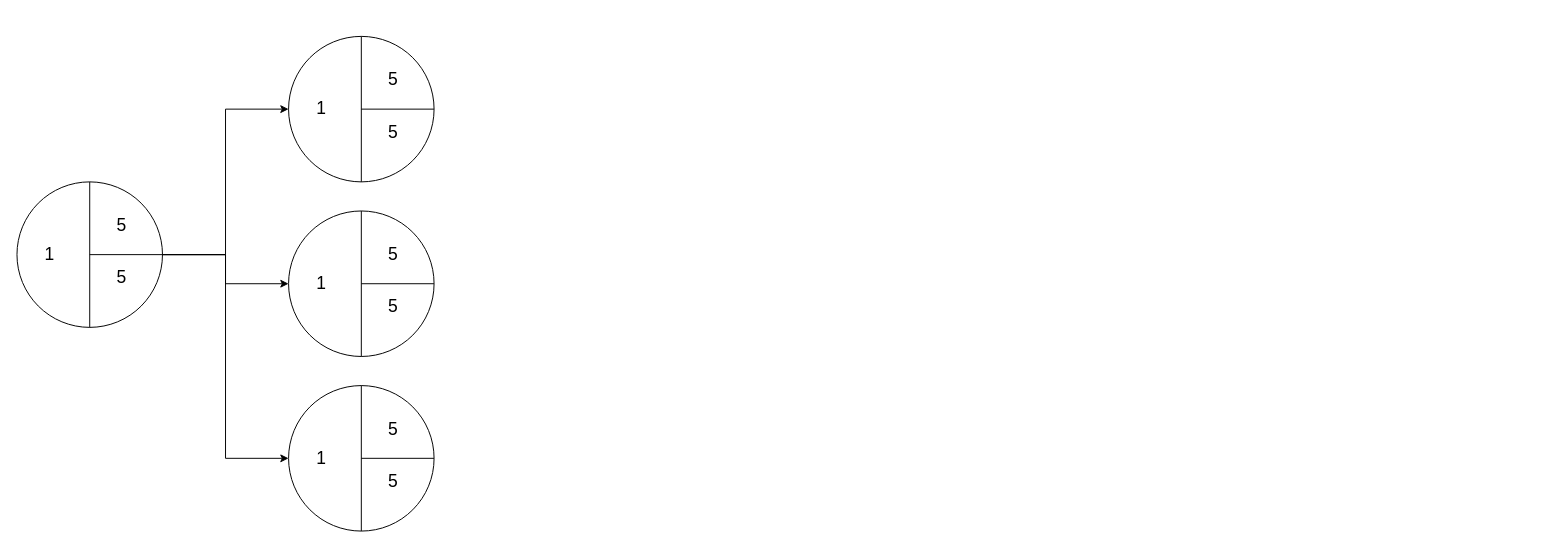
RayhanHamada/bikin-dfd keeps this draw.io diagram as page "Page-2" (2 of 2) of pert_diagram.drawio. Above is the earlier version. Source tidied: cells renumbered, new cells numbered last; positions are measured from the earlier drawing's top-left corner, leaving out a move shared by most shapes. Both pictures are drawn from the tidied source at 97%, with x=0, y=0 at pixel (16, 36).
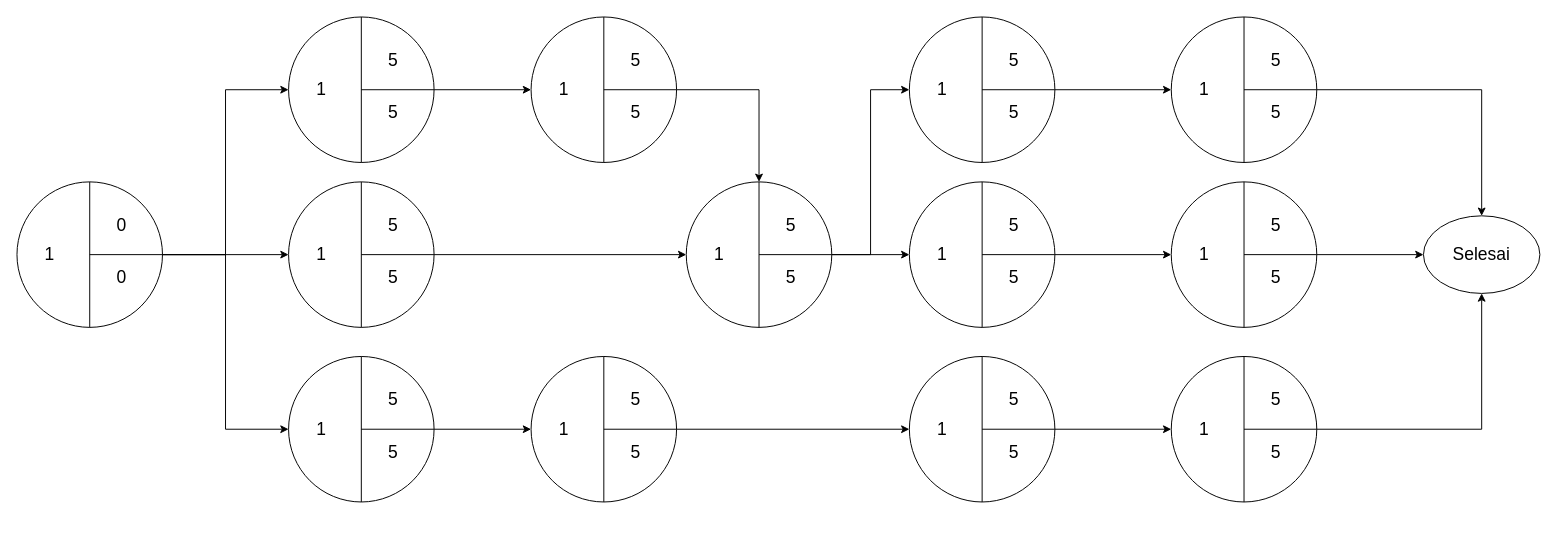
The same diagram, later.

The change refers to these unchanged cells:
```xml
<mxCell id="2" style="group;" parent="1" vertex="1">
  <mxGeometry y="150" width="150" height="150" as="geometry" />
</mxCell>
<mxCell id="10" style="ellipse;whiteSpace=wrap;html=1;" parent="9" vertex="1">
  <mxGeometry width="150" height="150" as="geometry" />
</mxCell>
<mxCell id="18" style="ellipse;whiteSpace=wrap;html=1;" parent="17" vertex="1">
  <mxGeometry width="150" height="150" as="geometry" />
</mxCell>
<mxCell id="26" style="ellipse;whiteSpace=wrap;html=1;" parent="25" vertex="1">
  <mxGeometry width="150" height="150" as="geometry" />
</mxCell>
```

What changed in the source:
```diff
@@
-    <mxCell id="6" value="&lt;font style=&quot;font-size: 18px&quot;&gt;5&lt;/font&gt;" style="text;html=1;strokeColor=none;fillColor=none;align=center;verticalAlign=middle;whiteSpace=wrap;rounded=0;" parent="2" vertex="1">
+    <mxCell id="6" value="&lt;font style=&quot;font-size: 18px&quot;&gt;0&lt;/font&gt;" style="text;html=1;strokeColor=none;fillColor=none;align=center;verticalAlign=middle;whiteSpace=wrap;rounded=0;" parent="2" vertex="1">
       <mxGeometry x="93.8" y="93.8" width="28.1" height="9.4" as="geometry" />
     </mxCell>
-    <mxCell id="7" value="&lt;font style=&quot;font-size: 18px&quot;&gt;5&lt;/font&gt;" style="text;html=1;strokeColor=none;fillColor=none;align=center;verticalAlign=middle;whiteSpace=wrap;rounded=0;" parent="2" vertex="1">
+    <mxCell id="7" value="&lt;font style=&quot;font-size: 18px&quot;&gt;0&lt;/font&gt;" style="text;html=1;strokeColor=none;fillColor=none;align=center;verticalAlign=middle;whiteSpace=wrap;rounded=0;" parent="2" vertex="1">
       <mxGeometry x="93.8" y="40" width="28.1" height="9.4" as="geometry" />
     </mxCell>
@@
     <mxCell id="9" style="group;" parent="1" vertex="1">
-      <mxGeometry x="280" width="150" height="150" as="geometry" />
+      <mxGeometry x="280" y="-20" width="150" height="150" as="geometry" />
     </mxCell>
@@
     <mxCell id="17" style="group;" parent="1" vertex="1">
-      <mxGeometry x="280" y="180" width="150" height="150" as="geometry" />
+      <mxGeometry x="280" y="150" width="150" height="150" as="geometry" />
     </mxCell>
@@
     <mxCell id="25" style="group;" parent="1" vertex="1">
-      <mxGeometry x="280" y="360" width="150" height="150" as="geometry" />
+      <mxGeometry x="280" y="330" width="150" height="150" as="geometry" />
     </mxCell>
@@
+    <mxCell id="33" style="group;" parent="1" vertex="1">
+      <mxGeometry x="530" y="-20" width="150" height="150" as="geometry" />
+    </mxCell>
+    <mxCell id="34" style="ellipse;whiteSpace=wrap;html=1;" parent="33" vertex="1">
+      <mxGeometry width="150" height="150" as="geometry" />
+    </mxCell>
+    <mxCell id="35" style="endArrow=none;html=1;exitX=0.5;exitY=1;exitDx=0;exitDy=0;entryX=0.5;entryY=0;entryDx=0;entryDy=0;" parent="33" edge="1" source="34" target="34">
+      <mxGeometry relative="1" as="geometry" />
+    </mxCell>
+    <mxCell id="36" style="endArrow=none;html=1;entryX=1;entryY=0.5;entryDx=0;entryDy=0;" parent="33" edge="1" target="34">
+      <mxGeometry relative="1" as="geometry">
+        <mxPoint x="75" y="75" as="sourcePoint" />
+      </mxGeometry>
+    </mxCell>
+    <mxCell id="37" value="&lt;font style=&quot;font-size: 18px&quot;&gt;5&lt;/font&gt;" style="text;html=1;strokeColor=none;fillColor=none;align=center;verticalAlign=middle;whiteSpace=wrap;rounded=0;" parent="33" vertex="1">
+      <mxGeometry x="93.8" y="93.8" width="28.1" height="9.4" as="geometry" />
+    </mxCell>
+    <mxCell id="38" value="&lt;font style=&quot;font-size: 18px&quot;&gt;5&lt;/font&gt;" style="text;html=1;strokeColor=none;fillColor=none;align=center;verticalAlign=middle;whiteSpace=wrap;rounded=0;" parent="33" vertex="1">
+      <mxGeometry x="93.8" y="40" width="28.1" height="9.4" as="geometry" />
+    </mxCell>
+    <mxCell id="39" value="&lt;font style=&quot;font-size: 18px&quot;&gt;1&lt;/font&gt;" style="text;html=1;strokeColor=none;fillColor=none;align=center;verticalAlign=middle;whiteSpace=wrap;rounded=0;" parent="33" vertex="1">
+      <mxGeometry x="20" y="70.3" width="28.1" height="9.4" as="geometry" />
+    </mxCell>
+    <mxCell id="40" style="group;" parent="1" vertex="1">
+      <mxGeometry x="690" y="150" width="150" height="150" as="geometry" />
+    </mxCell>
+    <mxCell id="41" style="ellipse;whiteSpace=wrap;html=1;" parent="40" vertex="1">
+      <mxGeometry width="150" height="150" as="geometry" />
+    </mxCell>
+    <mxCell id="42" style="endArrow=none;html=1;exitX=0.5;exitY=1;exitDx=0;exitDy=0;entryX=0.5;entryY=0;entryDx=0;entryDy=0;" parent="40" edge="1" source="41" target="41">
+      <mxGeometry relative="1" as="geometry" />
+    </mxCell>
+    <mxCell id="43" style="endArrow=none;html=1;entryX=1;entryY=0.5;entryDx=0;entryDy=0;" parent="40" edge="1" target="41">
+      <mxGeometry relative="1" as="geometry">
+        <mxPoint x="75" y="75" as="sourcePoint" />
+      </mxGeometry>
+    </mxCell>
+    <mxCell id="44" value="&lt;font style=&quot;font-size: 18px&quot;&gt;5&lt;/font&gt;" style="text;html=1;strokeColor=none;fillColor=none;align=center;verticalAlign=middle;whiteSpace=wrap;rounded=0;" parent="40" vertex="1">
+      <mxGeometry x="93.8" y="93.8" width="28.1" height="9.4" as="geometry" />
+    </mxCell>
+    <mxCell id="45" value="&lt;font style=&quot;font-size: 18px&quot;&gt;5&lt;/font&gt;" style="text;html=1;strokeColor=none;fillColor=none;align=center;verticalAlign=middle;whiteSpace=wrap;rounded=0;" parent="40" vertex="1">
+      <mxGeometry x="93.8" y="40" width="28.1" height="9.4" as="geometry" />
+    </mxCell>
+    <mxCell id="46" value="&lt;font style=&quot;font-size: 18px&quot;&gt;1&lt;/font&gt;" style="text;html=1;strokeColor=none;fillColor=none;align=center;verticalAlign=middle;whiteSpace=wrap;rounded=0;" parent="40" vertex="1">
+      <mxGeometry x="20" y="70.3" width="28.1" height="9.4" as="geometry" />
+    </mxCell>
+    <mxCell id="47" style="group;" parent="1" vertex="1">
+      <mxGeometry x="530" y="330" width="150" height="150" as="geometry" />
+    </mxCell>
+    <mxCell id="48" style="ellipse;whiteSpace=wrap;html=1;" parent="47" vertex="1">
+      <mxGeometry width="150" height="150" as="geometry" />
+    </mxCell>
+    <mxCell id="49" style="endArrow=none;html=1;exitX=0.5;exitY=1;exitDx=0;exitDy=0;entryX=0.5;entryY=0;entryDx=0;entryDy=0;" parent="47" edge="1" source="48" target="48">
+      <mxGeometry relative="1" as="geometry" />
+    </mxCell>
+    <mxCell id="50" style="endArrow=none;html=1;entryX=1;entryY=0.5;entryDx=0;entryDy=0;" parent="47" edge="1" target="48">
+      <mxGeometry relative="1" as="geometry">
+        <mxPoint x="75" y="75" as="sourcePoint" />
+      </mxGeometry>
+    </mxCell>
+    <mxCell id="51" value="&lt;font style=&quot;font-size: 18px&quot;&gt;5&lt;/font&gt;" style="text;html=1;strokeColor=none;fillColor=none;align=center;verticalAlign=middle;whiteSpace=wrap;rounded=0;" parent="47" vertex="1">
+      <mxGeometry x="93.8" y="93.8" width="28.1" height="9.4" as="geometry" />
+    </mxCell>
+    <mxCell id="52" value="&lt;font style=&quot;font-size: 18px&quot;&gt;5&lt;/font&gt;" style="text;html=1;strokeColor=none;fillColor=none;align=center;verticalAlign=middle;whiteSpace=wrap;rounded=0;" parent="47" vertex="1">
+      <mxGeometry x="93.8" y="40" width="28.1" height="9.4" as="geometry" />
+    </mxCell>
+    <mxCell id="53" value="&lt;font style=&quot;font-size: 18px&quot;&gt;1&lt;/font&gt;" style="text;html=1;strokeColor=none;fillColor=none;align=center;verticalAlign=middle;whiteSpace=wrap;rounded=0;" parent="47" vertex="1">
+      <mxGeometry x="20" y="70.3" width="28.1" height="9.4" as="geometry" />
+    </mxCell>
+    <mxCell id="54" style="group;" parent="1" vertex="1">
+      <mxGeometry x="920" y="-20" width="150" height="150" as="geometry" />
+    </mxCell>
+    <mxCell id="55" style="ellipse;whiteSpace=wrap;html=1;" parent="54" vertex="1">
+      <mxGeometry width="150" height="150" as="geometry" />
+    </mxCell>
+    <mxCell id="56" style="endArrow=none;html=1;exitX=0.5;exitY=1;exitDx=0;exitDy=0;entryX=0.5;entryY=0;entryDx=0;entryDy=0;" parent="54" edge="1" source="55" target="55">
+      <mxGeometry relative="1" as="geometry" />
+    </mxCell>
+    <mxCell id="57" style="endArrow=none;html=1;entryX=1;entryY=0.5;entryDx=0;entryDy=0;" parent="54" edge="1" target="55">
+      <mxGeometry relative="1" as="geometry">
+        <mxPoint x="75" y="75" as="sourcePoint" />
+      </mxGeometry>
+    </mxCell>
+    <mxCell id="58" value="&lt;font style=&quot;font-size: 18px&quot;&gt;5&lt;/font&gt;" style="text;html=1;strokeColor=none;fillColor=none;align=center;verticalAlign=middle;whiteSpace=wrap;rounded=0;" parent="54" vertex="1">
+      <mxGeometry x="93.8" y="93.8" width="28.1" height="9.4" as="geometry" />
+    </mxCell>
+    <mxCell id="59" value="&lt;font style=&quot;font-size: 18px&quot;&gt;5&lt;/font&gt;" style="text;html=1;strokeColor=none;fillColor=none;align=center;verticalAlign=middle;whiteSpace=wrap;rounded=0;" parent="54" vertex="1">
+      <mxGeometry x="93.8" y="40" width="28.1" height="9.4" as="geometry" />
+    </mxCell>
+    <mxCell id="60" value="&lt;font style=&quot;font-size: 18px&quot;&gt;1&lt;/font&gt;" style="text;html=1;strokeColor=none;fillColor=none;align=center;verticalAlign=middle;whiteSpace=wrap;rounded=0;" parent="54" vertex="1">
+      <mxGeometry x="20" y="70.3" width="28.1" height="9.4" as="geometry" />
+    </mxCell>
+    <mxCell id="61" style="group;" parent="1" vertex="1">
+      <mxGeometry x="920" y="150" width="150" height="150" as="geometry" />
+    </mxCell>
+    <mxCell id="62" style="ellipse;whiteSpace=wrap;html=1;" parent="61" vertex="1">
+      <mxGeometry width="150" height="150" as="geometry" />
+    </mxCell>
+    <mxCell id="63" style="endArrow=none;html=1;exitX=0.5;exitY=1;exitDx=0;exitDy=0;entryX=0.5;entryY=0;entryDx=0;entryDy=0;" parent="61" edge="1" source="62" target="62">
+      <mxGeometry relative="1" as="geometry" />
+    </mxCell>
+    <mxCell id="64" style="endArrow=none;html=1;entryX=1;entryY=0.5;entryDx=0;entryDy=0;" parent="61" edge="1" target="62">
+      <mxGeometry relative="1" as="geometry">
+        <mxPoint x="75" y="75" as="sourcePoint" />
+      </mxGeometry>
+    </mxCell>
+    <mxCell id="65" value="&lt;font style=&quot;font-size: 18px&quot;&gt;5&lt;/font&gt;" style="text;html=1;strokeColor=none;fillColor=none;align=center;verticalAlign=middle;whiteSpace=wrap;rounded=0;" parent="61" vertex="1">
+      <mxGeometry x="93.8" y="93.8" width="28.1" height="9.4" as="geometry" />
+    </mxCell>
+    <mxCell id="66" value="&lt;font style=&quot;font-size: 18px&quot;&gt;5&lt;/font&gt;" style="text;html=1;strokeColor=none;fillColor=none;align=center;verticalAlign=middle;whiteSpace=wrap;rounded=0;" parent="61" vertex="1">
+      <mxGeometry x="93.8" y="40" width="28.1" height="9.4" as="geometry" />
+    </mxCell>
+    <mxCell id="67" value="&lt;font style=&quot;font-size: 18px&quot;&gt;1&lt;/font&gt;" style="text;html=1;strokeColor=none;fillColor=none;align=center;verticalAlign=middle;whiteSpace=wrap;rounded=0;" parent="61" vertex="1">
+      <mxGeometry x="20" y="70.3" width="28.1" height="9.4" as="geometry" />
+    </mxCell>
+    <mxCell id="68" style="group;" parent="1" vertex="1">
+      <mxGeometry x="920" y="330" width="150" height="150" as="geometry" />
+    </mxCell>
+    <mxCell id="69" style="ellipse;whiteSpace=wrap;html=1;" parent="68" vertex="1">
+      <mxGeometry width="150" height="150" as="geometry" />
+    </mxCell>
+    <mxCell id="70" style="endArrow=none;html=1;exitX=0.5;exitY=1;exitDx=0;exitDy=0;entryX=0.5;entryY=0;entryDx=0;entryDy=0;" parent="68" edge="1" source="69" target="69">
+      <mxGeometry relative="1" as="geometry" />
+    </mxCell>
+    <mxCell id="71" style="endArrow=none;html=1;entryX=1;entryY=0.5;entryDx=0;entryDy=0;" parent="68" edge="1" target="69">
+      <mxGeometry relative="1" as="geometry">
+        <mxPoint x="75" y="75" as="sourcePoint" />
+      </mxGeometry>
+    </mxCell>
+    <mxCell id="72" value="&lt;font style=&quot;font-size: 18px&quot;&gt;5&lt;/font&gt;" style="text;html=1;strokeColor=none;fillColor=none;align=center;verticalAlign=middle;whiteSpace=wrap;rounded=0;" parent="68" vertex="1">
+      <mxGeometry x="93.8" y="93.8" width="28.1" height="9.4" as="geometry" />
+    </mxCell>
+    <mxCell id="73" value="&lt;font style=&quot;font-size: 18px&quot;&gt;5&lt;/font&gt;" style="text;html=1;strokeColor=none;fillColor=none;align=center;verticalAlign=middle;whiteSpace=wrap;rounded=0;" parent="68" vertex="1">
+      <mxGeometry x="93.8" y="40" width="28.1" height="9.4" as="geometry" />
+    </mxCell>
+    <mxCell id="74" value="&lt;font style=&quot;font-size: 18px&quot;&gt;1&lt;/font&gt;" style="text;html=1;strokeColor=none;fillColor=none;align=center;verticalAlign=middle;whiteSpace=wrap;rounded=0;" parent="68" vertex="1">
+      <mxGeometry x="20" y="70.3" width="28.1" height="9.4" as="geometry" />
+    </mxCell>
+    <mxCell id="75" style="group;" parent="1" vertex="1">
+      <mxGeometry x="1190" y="-20" width="150" height="150" as="geometry" />
+    </mxCell>
+    <mxCell id="76" style="ellipse;whiteSpace=wrap;html=1;" parent="75" vertex="1">
+      <mxGeometry width="150" height="150" as="geometry" />
+    </mxCell>
+    <mxCell id="77" style="endArrow=none;html=1;exitX=0.5;exitY=1;exitDx=0;exitDy=0;entryX=0.5;entryY=0;entryDx=0;entryDy=0;" parent="75" edge="1" source="76" target="76">
+      <mxGeometry relative="1" as="geometry" />
+    </mxCell>
+    <mxCell id="78" style="endArrow=none;html=1;entryX=1;entryY=0.5;entryDx=0;entryDy=0;" parent="75" edge="1" target="76">
+      <mxGeometry relative="1" as="geometry">
+        <mxPoint x="75" y="75" as="sourcePoint" />
+      </mxGeometry>
+    </mxCell>
+    <mxCell id="79" value="&lt;font style=&quot;font-size: 18px&quot;&gt;5&lt;/font&gt;" style="text;html=1;strokeColor=none;fillColor=none;align=center;verticalAlign=middle;whiteSpace=wrap;rounded=0;" parent="75" vertex="1">
+      <mxGeometry x="93.8" y="93.8" width="28.1" height="9.4" as="geometry" />
+    </mxCell>
+    <mxCell id="80" value="&lt;font style=&quot;font-size: 18px&quot;&gt;5&lt;/font&gt;" style="text;html=1;strokeColor=none;fillColor=none;align=center;verticalAlign=middle;whiteSpace=wrap;rounded=0;" parent="75" vertex="1">
+      <mxGeometry x="93.8" y="40" width="28.1" height="9.4" as="geometry" />
+    </mxCell>
+    <mxCell id="81" value="&lt;font style=&quot;font-size: 18px&quot;&gt;1&lt;/font&gt;" style="text;html=1;strokeColor=none;fillColor=none;align=center;verticalAlign=middle;whiteSpace=wrap;rounded=0;" parent="75" vertex="1">
+      <mxGeometry x="20" y="70.3" width="28.1" height="9.4" as="geometry" />
+    </mxCell>
+    <mxCell id="82" style="group;" parent="1" vertex="1">
+      <mxGeometry x="1190" y="150" width="150" height="150" as="geometry" />
+    </mxCell>
+    <mxCell id="83" style="ellipse;whiteSpace=wrap;html=1;" parent="82" vertex="1">
+      <mxGeometry width="150" height="150" as="geometry" />
+    </mxCell>
+    <mxCell id="84" style="endArrow=none;html=1;exitX=0.5;exitY=1;exitDx=0;exitDy=0;entryX=0.5;entryY=0;entryDx=0;entryDy=0;" parent="82" edge="1" source="83" target="83">
+      <mxGeometry relative="1" as="geometry" />
+    </mxCell>
+    <mxCell id="85" style="endArrow=none;html=1;entryX=1;entryY=0.5;entryDx=0;entryDy=0;" parent="82" edge="1" target="83">
+      <mxGeometry relative="1" as="geometry">
+        <mxPoint x="75" y="75" as="sourcePoint" />
+      </mxGeometry>
+    </mxCell>
+    <mxCell id="86" value="&lt;font style=&quot;font-size: 18px&quot;&gt;5&lt;/font&gt;" style="text;html=1;strokeColor=none;fillColor=none;align=center;verticalAlign=middle;whiteSpace=wrap;rounded=0;" parent="82" vertex="1">
+      <mxGeometry x="93.8" y="93.8" width="28.1" height="9.4" as="geometry" />
+    </mxCell>
+    <mxCell id="87" value="&lt;font style=&quot;font-size: 18px&quot;&gt;5&lt;/font&gt;" style="text;html=1;strokeColor=none;fillColor=none;align=center;verticalAlign=middle;whiteSpace=wrap;rounded=0;" parent="82" vertex="1">
+      <mxGeometry x="93.8" y="40" width="28.1" height="9.4" as="geometry" />
+    </mxCell>
+    <mxCell id="88" value="&lt;font style=&quot;font-size: 18px&quot;&gt;1&lt;/font&gt;" style="text;html=1;strokeColor=none;fillColor=none;align=center;verticalAlign=middle;whiteSpace=wrap;rounded=0;" parent="82" vertex="1">
+      <mxGeometry x="20" y="70.3" width="28.1" height="9.4" as="geometry" />
+    </mxCell>
+    <mxCell id="89" style="group;" parent="1" vertex="1">
+      <mxGeometry x="1190" y="330" width="150" height="150" as="geometry" />
+    </mxCell>
+    <mxCell id="90" style="ellipse;whiteSpace=wrap;html=1;" parent="89" vertex="1">
+      <mxGeometry width="150" height="150" as="geometry" />
+    </mxCell>
+    <mxCell id="91" style="endArrow=none;html=1;exitX=0.5;exitY=1;exitDx=0;exitDy=0;entryX=0.5;entryY=0;entryDx=0;entryDy=0;" parent="89" edge="1" source="90" target="90">
+      <mxGeometry relative="1" as="geometry" />
+    </mxCell>
+    <mxCell id="92" style="endArrow=none;html=1;entryX=1;entryY=0.5;entryDx=0;entryDy=0;" parent="89" edge="1" target="90">
+      <mxGeometry relative="1" as="geometry">
+        <mxPoint x="75" y="75" as="sourcePoint" />
+      </mxGeometry>
+    </mxCell>
+    <mxCell id="93" value="&lt;font style=&quot;font-size: 18px&quot;&gt;5&lt;/font&gt;" style="text;html=1;strokeColor=none;fillColor=none;align=center;verticalAlign=middle;whiteSpace=wrap;rounded=0;" parent="89" vertex="1">
+      <mxGeometry x="93.8" y="93.8" width="28.1" height="9.4" as="geometry" />
+    </mxCell>
+    <mxCell id="94" value="&lt;font style=&quot;font-size: 18px&quot;&gt;5&lt;/font&gt;" style="text;html=1;strokeColor=none;fillColor=none;align=center;verticalAlign=middle;whiteSpace=wrap;rounded=0;" parent="89" vertex="1">
+      <mxGeometry x="93.8" y="40" width="28.1" height="9.4" as="geometry" />
+    </mxCell>
+    <mxCell id="95" value="&lt;font style=&quot;font-size: 18px&quot;&gt;1&lt;/font&gt;" style="text;html=1;strokeColor=none;fillColor=none;align=center;verticalAlign=middle;whiteSpace=wrap;rounded=0;" parent="89" vertex="1">
+      <mxGeometry x="20" y="70.3" width="28.1" height="9.4" as="geometry" />
+    </mxCell>
+    <mxCell id="96" style="edgeStyle=orthogonalEdgeStyle;rounded=0;jettySize=auto;html=1;entryX=0;entryY=0.5;entryDx=0;entryDy=0;" parent="1" edge="1" source="10" target="34">
+      <mxGeometry relative="1" as="geometry" />
+    </mxCell>
+    <mxCell id="97" style="edgeStyle=orthogonalEdgeStyle;rounded=0;jettySize=auto;html=1;entryX=0;entryY=0.5;entryDx=0;entryDy=0;" parent="1" edge="1" source="18" target="41">
+      <mxGeometry relative="1" as="geometry" />
+    </mxCell>
+    <mxCell id="98" style="edgeStyle=orthogonalEdgeStyle;rounded=0;jettySize=auto;html=1;entryX=0;entryY=0.5;entryDx=0;entryDy=0;" parent="1" edge="1" source="41" target="62">
+      <mxGeometry relative="1" as="geometry" />
+    </mxCell>
+    <mxCell id="99" style="edgeStyle=orthogonalEdgeStyle;rounded=0;jettySize=auto;html=1;entryX=0.5;entryY=0;entryDx=0;entryDy=0;" parent="1" edge="1" source="34" target="41">
+      <mxGeometry relative="1" as="geometry" />
+    </mxCell>
+    <mxCell id="100" style="edgeStyle=orthogonalEdgeStyle;rounded=0;jettySize=auto;html=1;entryX=0;entryY=0.5;entryDx=0;entryDy=0;" parent="1" edge="1" source="41" target="55">
+      <mxGeometry relative="1" as="geometry" />
+    </mxCell>
+    <mxCell id="101" style="edgeStyle=orthogonalEdgeStyle;rounded=0;jettySize=auto;html=1;entryX=0;entryY=0.5;entryDx=0;entryDy=0;" parent="1" edge="1" source="26" target="48">
+      <mxGeometry relative="1" as="geometry" />
+    </mxCell>
+    <mxCell id="102" style="edgeStyle=orthogonalEdgeStyle;rounded=0;jettySize=auto;html=1;entryX=0;entryY=0.5;entryDx=0;entryDy=0;" parent="1" edge="1" source="48" target="69">
+      <mxGeometry relative="1" as="geometry" />
+    </mxCell>
+    <mxCell id="103" style="edgeStyle=orthogonalEdgeStyle;rounded=0;jettySize=auto;html=1;entryX=0;entryY=0.5;entryDx=0;entryDy=0;" parent="1" edge="1" source="69" target="90">
+      <mxGeometry relative="1" as="geometry" />
+    </mxCell>
+    <mxCell id="104" style="edgeStyle=orthogonalEdgeStyle;rounded=0;jettySize=auto;html=1;entryX=0;entryY=0.5;entryDx=0;entryDy=0;" parent="1" edge="1" source="62" target="83">
+      <mxGeometry relative="1" as="geometry" />
+    </mxCell>
+    <mxCell id="105" style="edgeStyle=orthogonalEdgeStyle;rounded=0;jettySize=auto;html=1;entryX=0;entryY=0.5;entryDx=0;entryDy=0;" parent="1" edge="1" source="55" target="76">
+      <mxGeometry relative="1" as="geometry" />
+    </mxCell>
+    <mxCell id="106" value="&lt;font style=&quot;font-size: 18px&quot;&gt;Selesai&lt;/font&gt;" style="ellipse;whiteSpace=wrap;html=1;" parent="1" vertex="1">
+      <mxGeometry x="1450" y="185" width="120" height="80" as="geometry" />
+    </mxCell>
+    <mxCell id="107" style="edgeStyle=orthogonalEdgeStyle;rounded=0;jettySize=auto;html=1;entryX=0.5;entryY=0;entryDx=0;entryDy=0;" parent="1" edge="1" source="76" target="106">
+      <mxGeometry relative="1" as="geometry" />
+    </mxCell>
+    <mxCell id="108" style="edgeStyle=orthogonalEdgeStyle;rounded=0;jettySize=auto;html=1;entryX=0;entryY=0.5;entryDx=0;entryDy=0;" parent="1" edge="1" source="83" target="106">
+      <mxGeometry relative="1" as="geometry" />
+    </mxCell>
+    <mxCell id="109" style="edgeStyle=orthogonalEdgeStyle;rounded=0;jettySize=auto;html=1;entryX=0.5;entryY=1;entryDx=0;entryDy=0;" parent="1" edge="1" source="90" target="106">
+      <mxGeometry relative="1" as="geometry" />
+    </mxCell>
```
